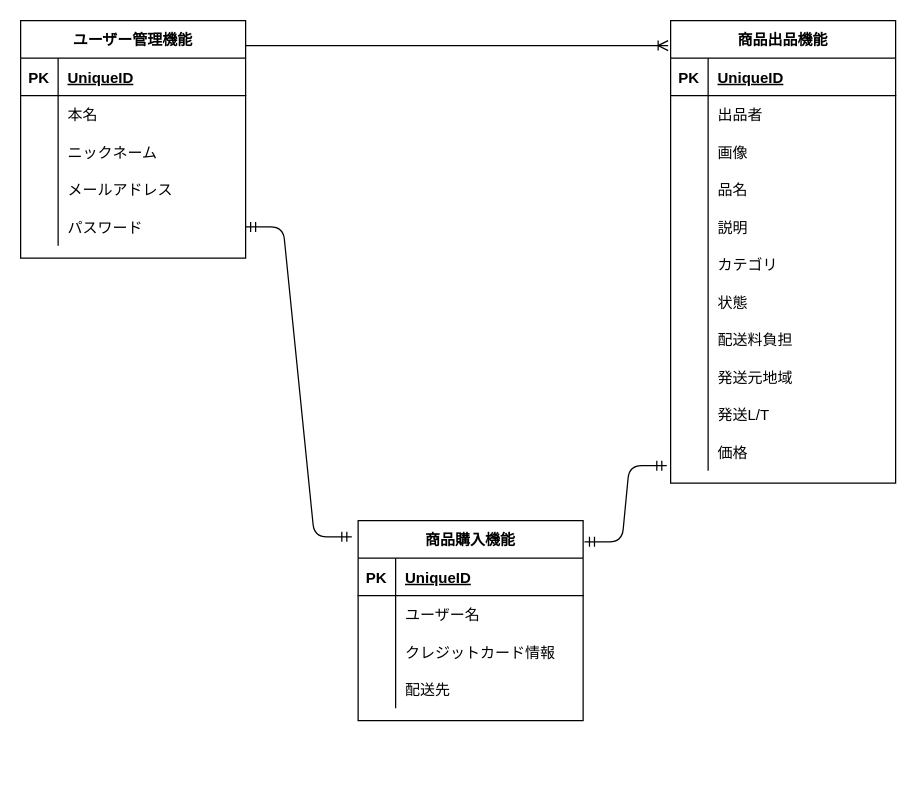
Above: ER.dio in koshiro-saito/furima-31967 (draw.io), before the change. Source tidied: cells renumbered, new cells numbered last; positions are measured from the earlier drawing's top-left corner, leaving out a move shared by most shapes. Both pictures are drawn from the tidied source at 125%, with x=0, y=0 at pixel (20, 20).
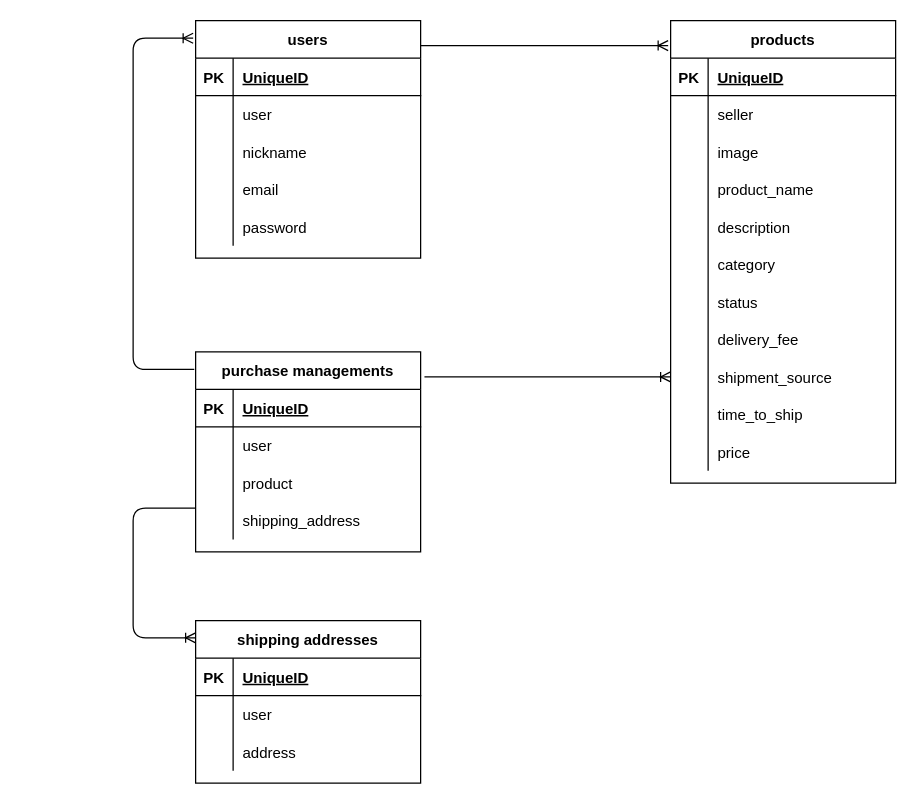
The same page after the edit.

Unchanged cells that the change refers to:
```xml
<mxCell id="6" style="shape=partialRectangle;fillColor=none;top=0;left=0;bottom=0;right=0;" parent="2" vertex="1">
  <mxGeometry y="60" width="180" height="30" as="geometry" />
</mxCell>
<mxCell id="9" style="shape=partialRectangle;fillColor=none;top=0;left=0;bottom=0;right=0;" parent="2" vertex="1">
  <mxGeometry y="90" width="180" height="30" as="geometry" />
</mxCell>
<mxCell id="12" style="shape=partialRectangle;fillColor=none;top=0;left=0;bottom=0;right=0;" parent="2" vertex="1">
  <mxGeometry y="120" width="180" height="30" as="geometry" />
</mxCell>
<mxCell id="15" style="shape=partialRectangle;fillColor=none;top=0;left=0;bottom=0;right=0;" parent="2" vertex="1">
  <mxGeometry y="150" width="180" height="30" as="geometry" />
</mxCell>
<mxCell id="18" style="shape=partialRectangle;fillColor=none;top=0;left=0;bottom=0;right=0;" parent="2" vertex="1">
  <mxGeometry y="180" width="180" height="30" as="geometry" />
</mxCell>
<mxCell id="21" style="shape=partialRectangle;fillColor=none;top=0;left=0;bottom=0;right=0;" parent="2" vertex="1">
  <mxGeometry y="210" width="180" height="30" as="geometry" />
</mxCell>
<mxCell id="24" style="shape=partialRectangle;fillColor=none;top=0;left=0;bottom=0;right=0;" parent="2" vertex="1">
  <mxGeometry y="240" width="180" height="30" as="geometry" />
</mxCell>
<mxCell id="27" style="shape=partialRectangle;fillColor=none;top=0;left=0;bottom=0;right=0;points=[[0,0.5],[1,0.5]];portConstraint=eastwest;" parent="2" vertex="1">
  <mxGeometry y="270" width="180" height="30" as="geometry" />
</mxCell>
<mxCell id="30" style="shape=partialRectangle;fillColor=none;top=0;left=0;bottom=0;right=0;" parent="2" vertex="1">
  <mxGeometry y="300" width="180" height="30" as="geometry" />
</mxCell>
<mxCell id="33" style="shape=partialRectangle;fillColor=none;top=0;left=0;bottom=0;right=0;points=[[0,0.5],[1,0.5]];portConstraint=eastwest;" parent="2" vertex="1">
  <mxGeometry y="330" width="180" height="30" as="geometry" />
</mxCell>
<mxCell id="40" style="shape=partialRectangle;fillColor=none;top=0;left=0;bottom=0;right=0;" parent="36" vertex="1">
  <mxGeometry y="60" width="180" height="30" as="geometry" />
</mxCell>
<mxCell id="43" style="shape=partialRectangle;fillColor=none;top=0;left=0;bottom=0;right=0;" parent="36" vertex="1">
  <mxGeometry y="90" width="180" height="30" as="geometry" />
</mxCell>
<mxCell id="46" style="shape=partialRectangle;fillColor=none;top=0;left=0;bottom=0;right=0;" parent="36" vertex="1">
  <mxGeometry y="120" width="180" height="30" as="geometry" />
</mxCell>
<mxCell id="49" style="shape=partialRectangle;fillColor=none;top=0;left=0;bottom=0;right=0;points=[[0,0.5],[1,0.5]];portConstraint=eastwest;" parent="36" vertex="1">
  <mxGeometry y="150" width="180" height="30" as="geometry" />
</mxCell>
<mxCell id="56" style="shape=partialRectangle;fillColor=none;top=0;left=0;bottom=0;right=0;" parent="52" vertex="1">
  <mxGeometry y="60" width="180" height="30" as="geometry" />
</mxCell>
```

The edit, as a diff of the source:
```diff
@@
-    <mxCell id="2" value="商品出品機能" style="shape=table;startSize=30;childLayout=tableLayout;rowLines=0;fontStyle=1;align=center;" parent="1" vertex="1">
+    <mxCell id="2" value="products" style="shape=table;startSize=30;childLayout=tableLayout;rowLines=0;fontStyle=1;align=center;" parent="1" vertex="1">
       <mxGeometry x="520" width="180" height="370" as="geometry" />
     </mxCell>
@@
-    <mxCell id="8" value="出品者" style="shape=partialRectangle;fillColor=none;top=0;left=0;bottom=0;right=0;align=left;spacingLeft=6;overflow=hidden;" parent="6" vertex="1">
+    <mxCell id="8" value="seller" style="shape=partialRectangle;fillColor=none;top=0;left=0;bottom=0;right=0;align=left;spacingLeft=6;overflow=hidden;" parent="6" vertex="1">
       <mxGeometry x="30" width="150" height="30" as="geometry" />
     </mxCell>
@@
-    <mxCell id="11" value="画像" style="shape=partialRectangle;fillColor=none;top=0;left=0;bottom=0;right=0;align=left;spacingLeft=6;overflow=hidden;" parent="9" vertex="1">
+    <mxCell id="11" value="image" style="shape=partialRectangle;fillColor=none;top=0;left=0;bottom=0;right=0;align=left;spacingLeft=6;overflow=hidden;" parent="9" vertex="1">
       <mxGeometry x="30" width="150" height="30" as="geometry" />
     </mxCell>
@@
-    <mxCell id="14" value="品名" style="shape=partialRectangle;fillColor=none;top=0;left=0;bottom=0;right=0;align=left;spacingLeft=6;overflow=hidden;" parent="12" vertex="1">
+    <mxCell id="14" value="product_name" style="shape=partialRectangle;fillColor=none;top=0;left=0;bottom=0;right=0;align=left;spacingLeft=6;overflow=hidden;" parent="12" vertex="1">
       <mxGeometry x="30" width="150" height="30" as="geometry" />
     </mxCell>
@@
-    <mxCell id="17" value="説明" style="shape=partialRectangle;fillColor=none;top=0;left=0;bottom=0;right=0;align=left;spacingLeft=6;overflow=hidden;" parent="15" vertex="1">
+    <mxCell id="17" value="description" style="shape=partialRectangle;fillColor=none;top=0;left=0;bottom=0;right=0;align=left;spacingLeft=6;overflow=hidden;" parent="15" vertex="1">
       <mxGeometry x="30" width="150" height="30" as="geometry" />
     </mxCell>
@@
-    <mxCell id="20" value="カテゴリ" style="shape=partialRectangle;fillColor=none;top=0;left=0;bottom=0;right=0;align=left;spacingLeft=6;overflow=hidden;" parent="18" vertex="1">
+    <mxCell id="20" value="category" style="shape=partialRectangle;fillColor=none;top=0;left=0;bottom=0;right=0;align=left;spacingLeft=6;overflow=hidden;" parent="18" vertex="1">
       <mxGeometry x="30" width="150" height="30" as="geometry" />
     </mxCell>
@@
-    <mxCell id="23" value="状態" style="shape=partialRectangle;fillColor=none;top=0;left=0;bottom=0;right=0;align=left;spacingLeft=6;overflow=hidden;" parent="21" vertex="1">
+    <mxCell id="23" value="status" style="shape=partialRectangle;fillColor=none;top=0;left=0;bottom=0;right=0;align=left;spacingLeft=6;overflow=hidden;" parent="21" vertex="1">
       <mxGeometry x="30" width="150" height="30" as="geometry" />
     </mxCell>
@@
-    <mxCell id="26" value="配送料負担" style="shape=partialRectangle;fillColor=none;top=0;left=0;bottom=0;right=0;align=left;spacingLeft=6;overflow=hidden;" parent="24" vertex="1">
+    <mxCell id="26" value="delivery_fee" style="shape=partialRectangle;fillColor=none;top=0;left=0;bottom=0;right=0;align=left;spacingLeft=6;overflow=hidden;" parent="24" vertex="1">
       <mxGeometry x="30" width="150" height="30" as="geometry" />
     </mxCell>
@@
-    <mxCell id="29" value="発送元地域" style="shape=partialRectangle;fillColor=none;top=0;left=0;bottom=0;right=0;align=left;spacingLeft=6;overflow=hidden;" parent="27" vertex="1">
+    <mxCell id="29" value="shipment_source" style="shape=partialRectangle;fillColor=none;top=0;left=0;bottom=0;right=0;align=left;spacingLeft=6;overflow=hidden;" parent="27" vertex="1">
       <mxGeometry x="30" width="150" height="30" as="geometry" />
     </mxCell>
@@
-    <mxCell id="32" value="発送L/T" style="shape=partialRectangle;fillColor=none;top=0;left=0;bottom=0;right=0;align=left;spacingLeft=6;overflow=hidden;" parent="30" vertex="1">
+    <mxCell id="32" value="time_to_ship" style="shape=partialRectangle;fillColor=none;top=0;left=0;bottom=0;right=0;align=left;spacingLeft=6;overflow=hidden;" parent="30" vertex="1">
       <mxGeometry x="30" width="150" height="30" as="geometry" />
     </mxCell>
@@
-    <mxCell id="35" value="価格" style="shape=partialRectangle;fillColor=none;top=0;left=0;bottom=0;right=0;align=left;spacingLeft=6;overflow=hidden;" parent="33" vertex="1">
+    <mxCell id="35" value="price" style="shape=partialRectangle;fillColor=none;top=0;left=0;bottom=0;right=0;align=left;spacingLeft=6;overflow=hidden;" parent="33" vertex="1">
       <mxGeometry x="30" width="150" height="30" as="geometry" />
     </mxCell>
-    <mxCell id="36" value="ユーザー管理機能" style="shape=table;startSize=30;childLayout=tableLayout;rowLines=0;fontStyle=1;align=center;" parent="1" vertex="1">
-      <mxGeometry width="180" height="190" as="geometry" />
+    <mxCell id="36" value="users" style="shape=table;startSize=30;childLayout=tableLayout;rowLines=0;fontStyle=1;align=center;" parent="1" vertex="1">
+      <mxGeometry x="140" width="180" height="190" as="geometry" />
     </mxCell>
-    <mxCell id="37" style="shape=partialRectangle;fillColor=none;top=0;left=0;bottom=1;right=0;" parent="36" vertex="1">
-      <mxGeometry y="30" width="180" height="30" as="geometry" />
-    </mxCell>
-    <mxCell id="38" value="PK" style="shape=partialRectangle;fillColor=none;top=0;left=0;bottom=0;right=0;fontStyle=1;overflow=hidden;" parent="37" vertex="1">
-      <mxGeometry width="30" height="30" as="geometry" />
-    </mxCell>
-    <mxCell id="39" value="UniqueID" style="shape=partialRectangle;fillColor=none;top=0;left=0;bottom=0;right=0;align=left;spacingLeft=6;fontStyle=5;overflow=hidden;" parent="37" vertex="1">
-      <mxGeometry x="30" width="150" height="30" as="geometry" />
-    </mxCell>
+    <mxCell id="68" style="shape=partialRectangle;fillColor=none;top=0;left=0;bottom=1;right=0;" parent="36" vertex="1">
+      <mxGeometry y="30" width="180" height="30" as="geometry" />
+    </mxCell>
+    <mxCell id="69" value="PK" style="shape=partialRectangle;fillColor=none;top=0;left=0;bottom=0;right=0;fontStyle=1;overflow=hidden;" parent="68" vertex="1">
+      <mxGeometry width="30" height="30" as="geometry" />
+    </mxCell>
+    <mxCell id="70" value="UniqueID" style="shape=partialRectangle;fillColor=none;top=0;left=0;bottom=0;right=0;align=left;spacingLeft=6;fontStyle=5;overflow=hidden;" parent="68" vertex="1">
+      <mxGeometry x="30" width="150" height="30" as="geometry" />
+    </mxCell>
@@
-    <mxCell id="42" value="本名" style="shape=partialRectangle;fillColor=none;top=0;left=0;bottom=0;right=0;align=left;spacingLeft=6;overflow=hidden;" parent="40" vertex="1">
+    <mxCell id="42" value="user" style="shape=partialRectangle;fillColor=none;top=0;left=0;bottom=0;right=0;align=left;spacingLeft=6;overflow=hidden;" parent="40" vertex="1">
       <mxGeometry x="30" width="150" height="30" as="geometry" />
     </mxCell>
@@
-    <mxCell id="45" value="ニックネーム" style="shape=partialRectangle;fillColor=none;top=0;left=0;bottom=0;right=0;align=left;spacingLeft=6;overflow=hidden;" parent="43" vertex="1">
+    <mxCell id="45" value="nickname" style="shape=partialRectangle;fillColor=none;top=0;left=0;bottom=0;right=0;align=left;spacingLeft=6;overflow=hidden;" parent="43" vertex="1">
       <mxGeometry x="30" width="150" height="30" as="geometry" />
     </mxCell>
@@
-    <mxCell id="48" value="メールアドレス" style="shape=partialRectangle;fillColor=none;top=0;left=0;bottom=0;right=0;align=left;spacingLeft=6;overflow=hidden;" parent="46" vertex="1">
+    <mxCell id="48" value="email" style="shape=partialRectangle;fillColor=none;top=0;left=0;bottom=0;right=0;align=left;spacingLeft=6;overflow=hidden;" parent="46" vertex="1">
       <mxGeometry x="30" width="150" height="30" as="geometry" />
     </mxCell>
@@
-    <mxCell id="51" value="パスワード" style="shape=partialRectangle;fillColor=none;top=0;left=0;bottom=0;right=0;align=left;spacingLeft=6;overflow=hidden;" parent="49" vertex="1">
+    <mxCell id="51" value="password" style="shape=partialRectangle;fillColor=none;top=0;left=0;bottom=0;right=0;align=left;spacingLeft=6;overflow=hidden;" parent="49" vertex="1">
       <mxGeometry x="30" width="150" height="30" as="geometry" />
     </mxCell>
-    <mxCell id="52" value="商品購入機能" style="shape=table;startSize=30;childLayout=tableLayout;rowLines=0;fontStyle=1;align=center;" parent="1" vertex="1">
-      <mxGeometry x="270" y="400" width="180" height="160" as="geometry" />
+    <mxCell id="52" value="purchase managements" style="shape=table;startSize=30;childLayout=tableLayout;rowLines=0;fontStyle=1;align=center;" parent="1" vertex="1">
+      <mxGeometry x="140" y="265" width="180" height="160" as="geometry" />
     </mxCell>
@@
-    <mxCell id="58" value="ユーザー名" style="shape=partialRectangle;fillColor=none;top=0;left=0;bottom=0;right=0;align=left;spacingLeft=6;overflow=hidden;" parent="56" vertex="1">
+    <mxCell id="58" value="user" style="shape=partialRectangle;fillColor=none;top=0;left=0;bottom=0;right=0;align=left;spacingLeft=6;overflow=hidden;" parent="56" vertex="1">
       <mxGeometry x="30" width="150" height="30" as="geometry" />
     </mxCell>
-    <mxCell id="59" style="shape=partialRectangle;fillColor=none;top=0;left=0;bottom=0;right=0;" parent="52" vertex="1">
-      <mxGeometry y="90" width="180" height="30" as="geometry" />
-    </mxCell>
-    <mxCell id="60" style="shape=partialRectangle;fillColor=none;top=0;left=0;bottom=0;right=0;overflow=hidden;" parent="59" vertex="1">
-      <mxGeometry width="30" height="30" as="geometry" />
-    </mxCell>
-    <mxCell id="61" value="クレジットカード情報" style="shape=partialRectangle;fillColor=none;top=0;left=0;bottom=0;right=0;align=left;spacingLeft=6;overflow=hidden;" parent="59" vertex="1">
-      <mxGeometry x="30" width="150" height="30" as="geometry" />
-    </mxCell>
     <mxCell id="62" style="shape=partialRectangle;fillColor=none;top=0;left=0;bottom=0;right=0;" parent="52" vertex="1">
-      <mxGeometry y="120" width="180" height="30" as="geometry" />
+      <mxGeometry y="90" width="180" height="30" as="geometry" />
     </mxCell>
@@
-    <mxCell id="64" value="配送先" style="shape=partialRectangle;fillColor=none;top=0;left=0;bottom=0;right=0;align=left;spacingLeft=6;overflow=hidden;" parent="62" vertex="1">
+    <mxCell id="64" value="product" style="shape=partialRectangle;fillColor=none;top=0;left=0;bottom=0;right=0;align=left;spacingLeft=6;overflow=hidden;" parent="62" vertex="1">
       <mxGeometry x="30" width="150" height="30" as="geometry" />
     </mxCell>
+    <mxCell id="71" style="shape=partialRectangle;fillColor=none;top=0;left=0;bottom=0;right=0;" parent="52" vertex="1">
+      <mxGeometry y="120" width="180" height="30" as="geometry" />
+    </mxCell>
+    <mxCell id="72" style="shape=partialRectangle;fillColor=none;top=0;left=0;bottom=0;right=0;overflow=hidden;" parent="71" vertex="1">
+      <mxGeometry width="30" height="30" as="geometry" />
+    </mxCell>
+    <mxCell id="73" value="shipping_address" style="shape=partialRectangle;fillColor=none;top=0;left=0;bottom=0;right=0;align=left;spacingLeft=6;overflow=hidden;" parent="71" vertex="1">
+      <mxGeometry x="30" width="150" height="30" as="geometry" />
+    </mxCell>
@@
-    <mxCell id="66" style="edgeStyle=entityRelationEdgeStyle;fontSize=12;html=1;endArrow=ERmandOne;startArrow=ERmandOne;exitX=-0.028;exitY=0.081;exitDx=0;exitDy=0;exitPerimeter=0;entryX=1;entryY=0.5;entryDx=0;entryDy=0;" parent="1" edge="1" source="52" target="49">
-      <mxGeometry relative="1" as="geometry" />
-    </mxCell>
-    <mxCell id="67" style="edgeStyle=entityRelationEdgeStyle;fontSize=12;html=1;endArrow=ERmandOne;startArrow=ERmandOne;exitX=1.006;exitY=0.106;exitDx=0;exitDy=0;exitPerimeter=0;entryX=-0.017;entryY=0.867;entryDx=0;entryDy=0;entryPerimeter=0;" parent="1" edge="1" source="52" target="33">
-      <mxGeometry relative="1" as="geometry" />
-    </mxCell>
+    <mxCell id="74" value="shipping addresses" style="shape=table;startSize=30;childLayout=tableLayout;rowLines=0;fontStyle=1;align=center;" parent="1" vertex="1">
+      <mxGeometry x="140" y="480" width="180" height="130" as="geometry" />
+    </mxCell>
+    <mxCell id="75" style="shape=partialRectangle;fillColor=none;top=0;left=0;bottom=1;right=0;" parent="74" vertex="1">
+      <mxGeometry y="30" width="180" height="30" as="geometry" />
+    </mxCell>
+    <mxCell id="76" value="PK" style="shape=partialRectangle;fillColor=none;top=0;left=0;bottom=0;right=0;fontStyle=1;overflow=hidden;" parent="75" vertex="1">
+      <mxGeometry width="30" height="30" as="geometry" />
+    </mxCell>
+    <mxCell id="77" value="UniqueID" style="shape=partialRectangle;fillColor=none;top=0;left=0;bottom=0;right=0;align=left;spacingLeft=6;fontStyle=5;overflow=hidden;" parent="75" vertex="1">
+      <mxGeometry x="30" width="150" height="30" as="geometry" />
+    </mxCell>
+    <mxCell id="78" style="shape=partialRectangle;fillColor=none;top=0;left=0;bottom=0;right=0;" parent="74" vertex="1">
+      <mxGeometry y="60" width="180" height="30" as="geometry" />
+    </mxCell>
+    <mxCell id="79" style="shape=partialRectangle;fillColor=none;top=0;left=0;bottom=0;right=0;overflow=hidden;" parent="78" vertex="1">
+      <mxGeometry width="30" height="30" as="geometry" />
+    </mxCell>
+    <mxCell id="80" value="user" style="shape=partialRectangle;fillColor=none;top=0;left=0;bottom=0;right=0;align=left;spacingLeft=6;overflow=hidden;" parent="78" vertex="1">
+      <mxGeometry x="30" width="150" height="30" as="geometry" />
+    </mxCell>
+    <mxCell id="59" style="shape=partialRectangle;fillColor=none;top=0;left=0;bottom=0;right=0;" parent="74" vertex="1">
+      <mxGeometry y="90" width="180" height="30" as="geometry" />
+    </mxCell>
+    <mxCell id="81" style="shape=partialRectangle;fillColor=none;top=0;left=0;bottom=0;right=0;overflow=hidden;" parent="59" vertex="1">
+      <mxGeometry width="30" height="30" as="geometry" />
+    </mxCell>
+    <mxCell id="82" value="address" style="shape=partialRectangle;fillColor=none;top=0;left=0;bottom=0;right=0;align=left;spacingLeft=6;overflow=hidden;" parent="59" vertex="1">
+      <mxGeometry x="30" width="150" height="30" as="geometry" />
+    </mxCell>
+    <mxCell id="83" style="edgeStyle=entityRelationEdgeStyle;fontSize=12;html=1;endArrow=ERoneToMany;entryX=0;entryY=0.5;entryDx=0;entryDy=0;exitX=1.017;exitY=0.125;exitDx=0;exitDy=0;exitPerimeter=0;" parent="1" edge="1" source="52" target="27">
+      <mxGeometry relative="1" as="geometry" />
+    </mxCell>
+    <mxCell id="84" style="edgeStyle=elbowEdgeStyle;fontSize=12;html=1;endArrow=ERoneToMany;exitX=-0.006;exitY=0.088;exitDx=0;exitDy=0;entryX=-0.011;entryY=0.074;entryDx=0;entryDy=0;entryPerimeter=0;exitPerimeter=0;" parent="1" edge="1" source="52" target="36">
+      <mxGeometry relative="1" as="geometry">
+        <Array as="points">
+          <mxPoint x="90" y="150" />
+        </Array>
+      </mxGeometry>
+    </mxCell>
+    <mxCell id="85" style="edgeStyle=elbowEdgeStyle;fontSize=12;html=1;endArrow=ERoneToMany;entryX=0;entryY=0.106;entryDx=0;entryDy=0;entryPerimeter=0;" parent="1" edge="1" source="52" target="74">
+      <mxGeometry relative="1" as="geometry">
+        <Array as="points">
+          <mxPoint x="90" y="390" />
+        </Array>
+      </mxGeometry>
+    </mxCell>
```
